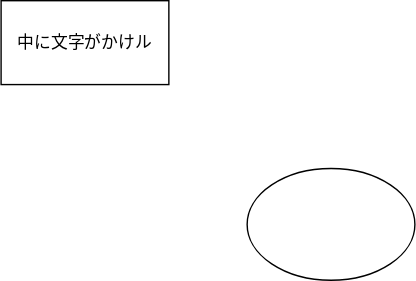
Earlier version of the draw.io export test.drawio.svg (KoyoIshikawa/yaml_unit_test). Source tidied: cells renumbered, new cells last; positions are measured from the earlier drawing's top-left corner, leaving out a move shared by most shapes. Source of this version:
```xml
<mxGraphModel>
  <root>
    <mxCell id="0" />
    <mxCell id="1" parent="0" />
    <mxCell id="2" value="中に文字がかけル" style="rounded=0;whiteSpace=wrap;html=1;" parent="1" vertex="1">
      <mxGeometry width="120" height="60" as="geometry" />
    </mxCell>
    <mxCell id="3" style="ellipse;whiteSpace=wrap;html=1;" parent="1" vertex="1">
      <mxGeometry x="176" y="120" width="120" height="80" as="geometry" />
    </mxCell>
  </root>
</mxGraphModel>
```
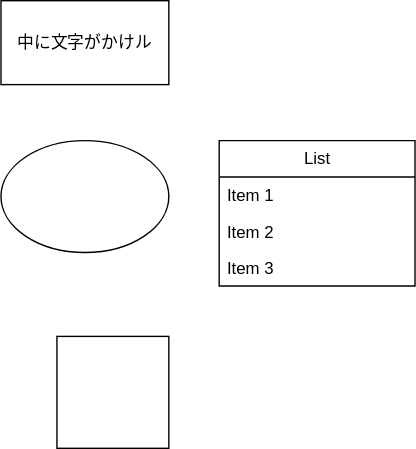
After the commit.

Commit message:
図形を追加

What changed in the source:
```diff
@@ -6,7 +6,22 @@
       <mxGeometry width="120" height="60" as="geometry" />
     </mxCell>
     <mxCell id="3" style="ellipse;whiteSpace=wrap;html=1;" parent="1" vertex="1">
-      <mxGeometry x="176" y="120" width="120" height="80" as="geometry" />
+      <mxGeometry y="100" width="120" height="80" as="geometry" />
     </mxCell>
+    <mxCell id="4" style="whiteSpace=wrap;html=1;" parent="1" vertex="1">
+      <mxGeometry x="40" y="240" width="80" height="80" as="geometry" />
+    </mxCell>
+    <mxCell id="5" value="List" style="swimlane;fontStyle=0;horizontal=1;startSize=26;fillColor=none;html=1;" parent="1" vertex="1">
+      <mxGeometry x="156" y="100" width="140" height="104" as="geometry" />
+    </mxCell>
+    <mxCell id="6" value="Item 1" style="text;strokeColor=none;fillColor=none;align=left;verticalAlign=top;spacingLeft=4;spacingRight=4;overflow=hidden;whiteSpace=wrap;html=1;" parent="5" vertex="1">
+      <mxGeometry y="26" width="140" height="26" as="geometry" />
+    </mxCell>
+    <mxCell id="7" value="Item 2" style="text;strokeColor=none;fillColor=none;align=left;verticalAlign=top;spacingLeft=4;spacingRight=4;overflow=hidden;whiteSpace=wrap;html=1;" parent="5" vertex="1">
+      <mxGeometry y="52" width="140" height="26" as="geometry" />
+    </mxCell>
+    <mxCell id="8" value="Item 3" style="text;strokeColor=none;fillColor=none;align=left;verticalAlign=top;spacingLeft=4;spacingRight=4;overflow=hidden;whiteSpace=wrap;html=1;" parent="5" vertex="1">
+      <mxGeometry y="78" width="140" height="26" as="geometry" />
+    </mxCell>
   </root>
 </mxGraphModel>
```
